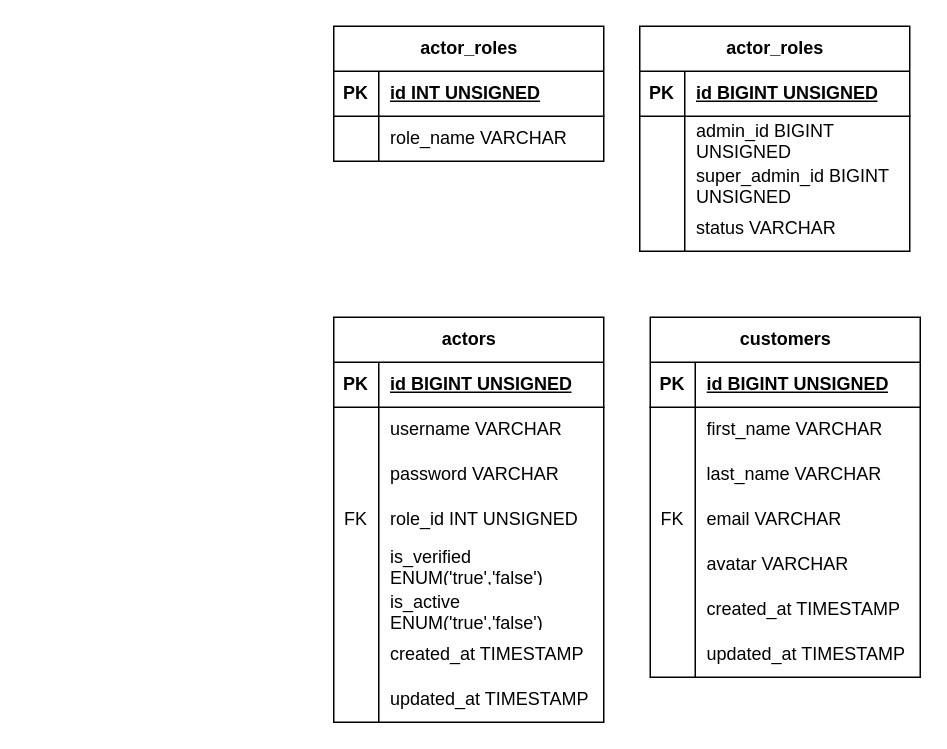
The draw.io diagram mini-projects.drawio in bakarbarakkabarakbar/personalrepo, before the edit. Source tidied: cells renumbered, new cells numbered last; positions are measured from the earlier drawing's top-left corner, leaving out a move shared by most shapes. Both pictures are drawn from the tidied source at 150%, with x=0, y=0 at pixel (333, 26).
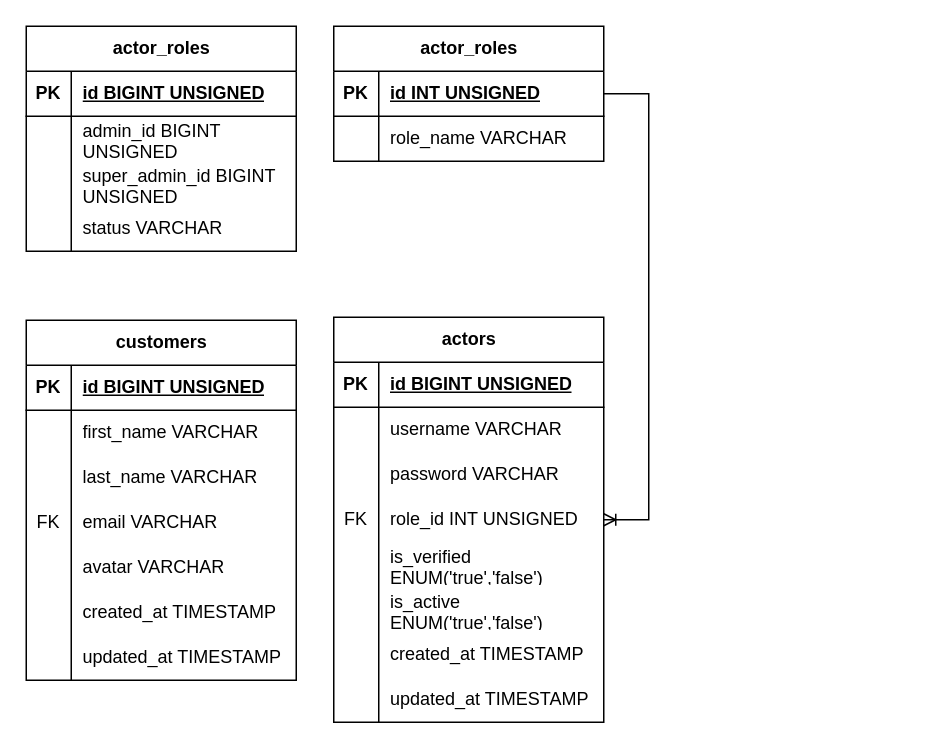
The same page after the edit.

Unchanged cells that the change refers to:
```xml
<mxCell id="12" style="shape=tableRow;horizontal=0;startSize=0;swimlaneHead=0;swimlaneBody=0;fillColor=none;points=[[0,0.5],[1,0.5]];portConstraint=eastwest;top=0;left=0;right=0;bottom=0;" parent="2" vertex="1">
  <mxGeometry y="120" width="180" height="30" as="geometry" />
</mxCell>
<mxCell id="50" style="shape=tableRow;horizontal=0;startSize=0;swimlaneHead=0;swimlaneBody=0;fillColor=none;points=[[0,0.5],[1,0.5]];portConstraint=eastwest;top=0;left=0;right=0;bottom=1;" parent="49" vertex="1">
  <mxGeometry y="30" width="180" height="30" as="geometry" />
</mxCell>
```

Diff of the diagram source:
```diff
@@
     <mxCell id="27" value="customers" style="shape=table;startSize=30;childLayout=tableLayout;rowLines=0;fontStyle=1;align=center;html=1;" parent="1" vertex="1">
-      <mxGeometry x="211" y="194" width="180" height="240" as="geometry" />
+      <mxGeometry x="-205" y="196" width="180" height="240" as="geometry" />
     </mxCell>
@@
     <mxCell id="56" value="actor_roles" style="shape=table;startSize=30;childLayout=tableLayout;rowLines=0;fontStyle=1;align=center;html=1;" parent="1" vertex="1">
-      <mxGeometry x="204" width="180" height="150" as="geometry" />
+      <mxGeometry x="-205" width="180" height="150" as="geometry" />
     </mxCell>
@@
+    <mxCell id="69" style="edgeStyle=entityRelationEdgeStyle;fontSize=12;html=1;endArrow=ERoneToMany;rounded=0;" parent="1" edge="1" source="50" target="12">
+      <mxGeometry relative="1" as="geometry" />
+    </mxCell>
```
